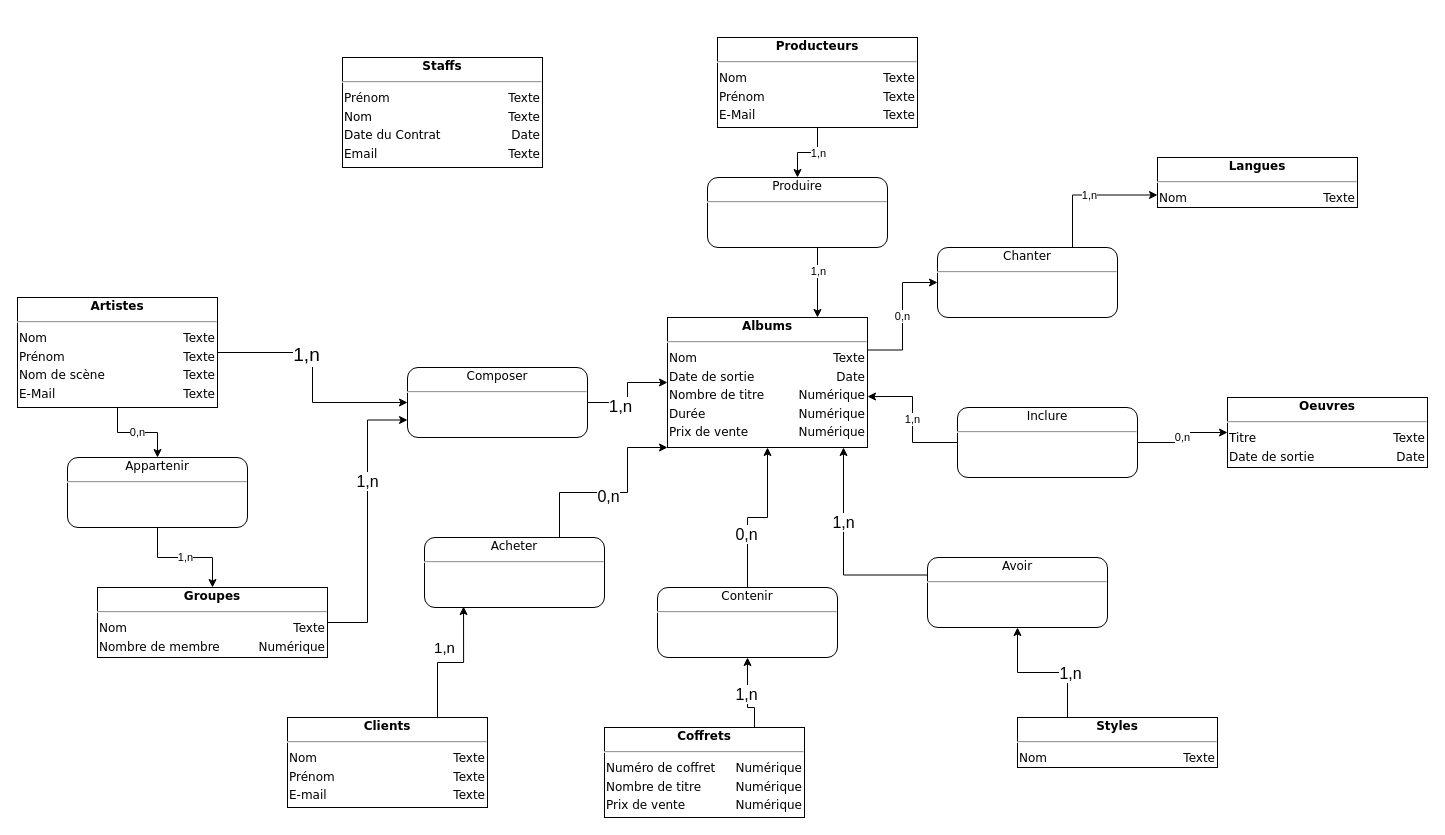
The draw.io diagram MCD - Magasin de Disque.drawio in TCamoes15/MA-08-Magasin-Disque, before the edit. Source tidied: cells renumbered, new cells numbered last; positions are measured from the earlier drawing's top-left corner, leaving out a move shared by most shapes. Both pictures are drawn from the tidied source at 100%, with x=0, y=0 at pixel (17, 37).
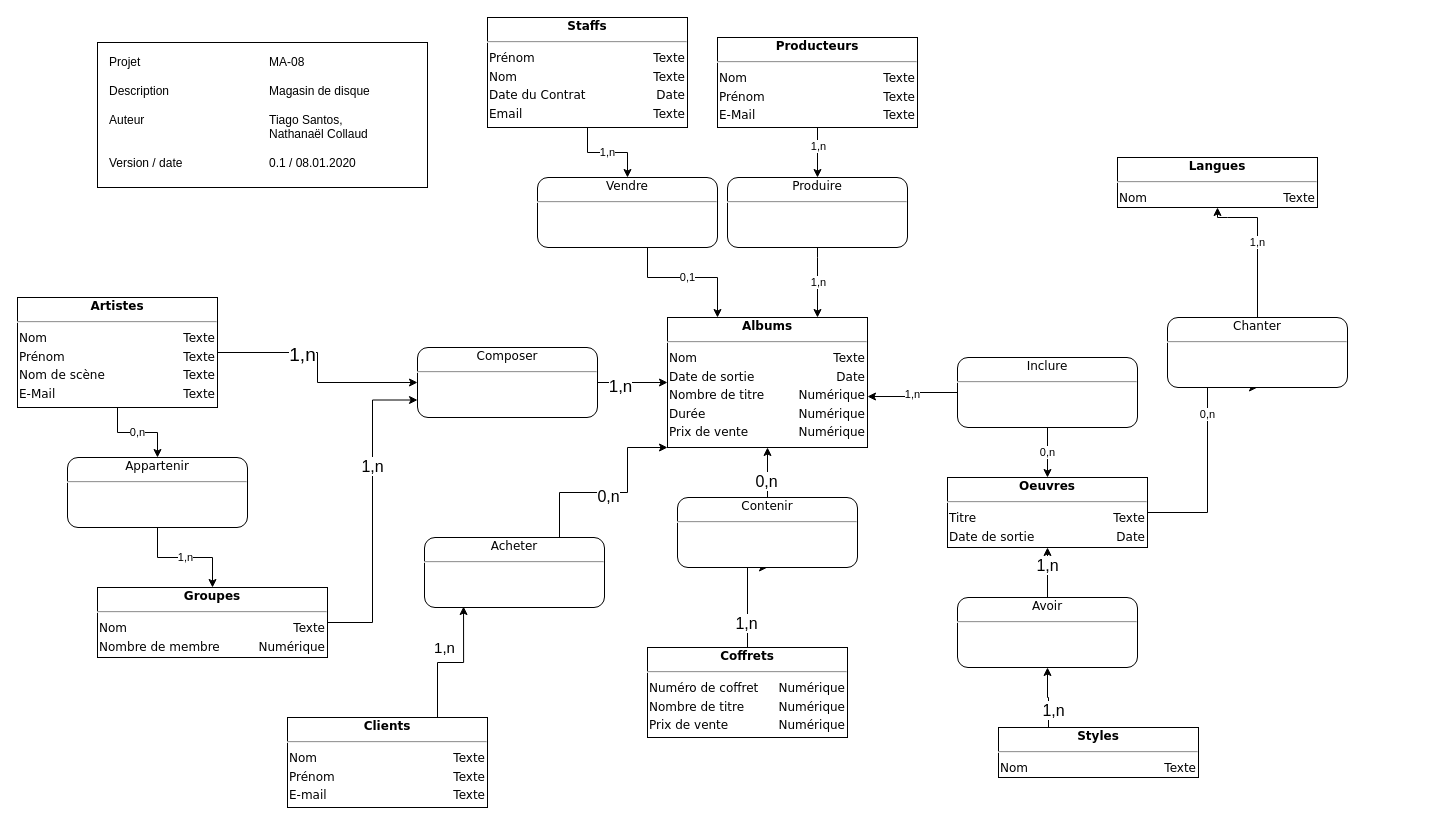
The same diagram, later.

Unchanged cells that the change refers to:
```xml
<mxCell id="4" value="&lt;div style=&quot;box-sizing: border-box ; width: 100% ; padding: 2px&quot;&gt;&lt;span style=&quot;background-color: rgb(255 , 255 , 255)&quot;&gt;&lt;b&gt;Albums&lt;/b&gt;&lt;/span&gt;&lt;/div&gt;&lt;hr&gt;&lt;table style=&quot;width: 100% ; font-size: 1em&quot; cellpadding=&quot;2&quot; cellspacing=&quot;0&quot;&gt;&lt;tbody&gt;&lt;tr&gt;&lt;td style=&quot;text-align: left&quot;&gt;Nom&lt;/td&gt;&lt;td style=&quot;text-align: right&quot;&gt;Texte&lt;/td&gt;&lt;/tr&gt;&lt;tr&gt;&lt;td style=&quot;text-align: left&quot;&gt;Date de sortie&lt;/td&gt;&lt;td style=&quot;text-align: right&quot;&gt;Date&lt;/td&gt;&lt;/tr&gt;&lt;tr&gt;&lt;td style=&quot;text-align: left&quot;&gt;Nombre de titre&lt;/td&gt;&lt;td style=&quot;text-align: right&quot;&gt;Numérique&lt;/td&gt;&lt;/tr&gt;&lt;tr&gt;&lt;td style=&quot;text-align: left&quot;&gt;Durée&lt;/td&gt;&lt;td style=&quot;text-align: right&quot;&gt;Numérique&lt;/td&gt;&lt;/tr&gt;&lt;tr&gt;&lt;td style=&quot;text-align: left&quot;&gt;Prix de vente&lt;/td&gt;&lt;td style=&quot;text-align: right&quot;&gt;Numérique&lt;/td&gt;&lt;/tr&gt;&lt;/tbody&gt;&lt;/table&gt;" style="verticalAlign=top;align=center;overflow=fill;html=1;rounded=0;shadow=0;comic=0;labelBackgroundColor=none;strokeColor=#000000;strokeWidth=1;fillColor=#ffffff;fontFamily=Verdana;fontSize=12;fontColor=#000000;" parent="1" vertex="1">
  <mxGeometry x="650" y="280" width="200" height="130" as="geometry" />
</mxCell>
```

The edit, as a diff of the source:
```diff
@@
+    <mxCell id="48" value="1,n" style="edgeStyle=orthogonalEdgeStyle;rounded=0;jettySize=auto;html=1;" parent="1" edge="1" source="2" target="50">
+      <mxGeometry relative="1" as="geometry" />
+    </mxCell>
     <mxCell id="2" value="&lt;div style=&quot;box-sizing: border-box ; width: 100% ; padding: 2px&quot;&gt;&lt;b&gt;&lt;span style=&quot;background-color: rgb(255 , 255 , 255)&quot;&gt;Staffs&lt;/span&gt;&lt;/b&gt;&lt;/div&gt;&lt;hr&gt;&lt;table style=&quot;width: 100% ; font-size: 1em&quot; cellpadding=&quot;2&quot; cellspacing=&quot;0&quot;&gt;&lt;tbody&gt;&lt;tr&gt;&lt;td style=&quot;text-align: left&quot;&gt;Prénom&lt;/td&gt;&lt;td style=&quot;text-align: right&quot;&gt;Texte&lt;/td&gt;&lt;/tr&gt;&lt;tr&gt;&lt;td style=&quot;text-align: left&quot;&gt;Nom&lt;/td&gt;&lt;td style=&quot;text-align: right&quot;&gt;Texte&lt;br&gt;&lt;/td&gt;&lt;/tr&gt;&lt;tr&gt;&lt;td style=&quot;text-align: left&quot;&gt;Date du Contrat&lt;/td&gt;&lt;td style=&quot;text-align: right&quot;&gt;Date&lt;br&gt;&lt;/td&gt;&lt;/tr&gt;&lt;tr&gt;&lt;td style=&quot;text-align: left&quot;&gt;Email&lt;/td&gt;&lt;td style=&quot;text-align: right&quot;&gt;Texte&lt;/td&gt;&lt;/tr&gt;&lt;/tbody&gt;&lt;/table&gt;" style="verticalAlign=top;align=center;overflow=fill;html=1;rounded=0;shadow=0;comic=0;labelBackgroundColor=none;strokeColor=#000000;strokeWidth=1;fillColor=#ffffff;fontFamily=Verdana;fontSize=12;fontColor=#000000;" parent="1" vertex="1">
-      <mxGeometry x="325" y="20" width="200" height="110" as="geometry" />
+      <mxGeometry x="470" y="-20" width="200" height="110" as="geometry" />
     </mxCell>
-    <mxCell id="3" value="0,n" style="edgeStyle=orthogonalEdgeStyle;rounded=0;jettySize=auto;html=1;exitX=1;exitY=0.25;exitDx=0;exitDy=0;entryX=0;entryY=0.5;entryDx=0;entryDy=0;" parent="1" edge="1" source="4" target="34">
-      <mxGeometry relative="1" as="geometry" />
+    <mxCell id="3" value="0,n" style="edgeStyle=orthogonalEdgeStyle;rounded=0;jettySize=auto;html=1;exitX=1;exitY=0.5;exitDx=0;exitDy=0;entryX=0.5;entryY=1;entryDx=0;entryDy=0;" parent="1" edge="1" source="16" target="34">
+      <mxGeometry relative="1" as="geometry">
+        <Array as="points">
+          <mxPoint x="1190" y="475" />
+          <mxPoint x="1190" y="310" />
+          <mxPoint x="1200" y="310" />
+        </Array>
+      </mxGeometry>
     </mxCell>
@@
     <mxCell id="7" value="&lt;div style=&quot;box-sizing: border-box ; width: 100% ; padding: 2px&quot;&gt;&lt;span style=&quot;background-color: rgb(255 , 255 , 255)&quot;&gt;&lt;b&gt;Styles&lt;/b&gt;&lt;/span&gt;&lt;/div&gt;&lt;hr&gt;&lt;table style=&quot;width: 100% ; font-size: 1em&quot; cellpadding=&quot;2&quot; cellspacing=&quot;0&quot;&gt;&lt;tbody&gt;&lt;tr&gt;&lt;td style=&quot;text-align: left&quot;&gt;Nom&lt;/td&gt;&lt;td style=&quot;text-align: right&quot;&gt;Texte&lt;/td&gt;&lt;/tr&gt;&lt;/tbody&gt;&lt;/table&gt;" style="verticalAlign=top;align=center;overflow=fill;html=1;rounded=0;shadow=0;comic=0;labelBackgroundColor=none;strokeColor=#000000;strokeWidth=1;fillColor=#ffffff;fontFamily=Verdana;fontSize=12;fontColor=#000000;" parent="1" vertex="1">
-      <mxGeometry x="1000" y="680" width="200" height="50" as="geometry" />
+      <mxGeometry x="981" y="690" width="200" height="50" as="geometry" />
     </mxCell>
@@
     <mxCell id="16" value="&lt;div style=&quot;box-sizing: border-box ; width: 100% ; padding: 2px&quot;&gt;&lt;span style=&quot;background-color: rgb(255 , 255 , 255)&quot;&gt;&lt;b&gt;Oeuvres&lt;/b&gt;&lt;/span&gt;&lt;/div&gt;&lt;hr&gt;&lt;table style=&quot;width: 100% ; font-size: 1em&quot; cellpadding=&quot;2&quot; cellspacing=&quot;0&quot;&gt;&lt;tbody&gt;&lt;tr&gt;&lt;td style=&quot;text-align: left&quot;&gt;Titre&lt;/td&gt;&lt;td style=&quot;text-align: right&quot;&gt;Texte&lt;br&gt;&lt;/td&gt;&lt;/tr&gt;&lt;tr&gt;&lt;td style=&quot;text-align: left&quot;&gt;Date de sortie&lt;/td&gt;&lt;td style=&quot;text-align: right&quot;&gt;Date&lt;/td&gt;&lt;/tr&gt;&lt;/tbody&gt;&lt;/table&gt;" style="verticalAlign=top;align=center;overflow=fill;html=1;rounded=0;shadow=0;comic=0;labelBackgroundColor=none;strokeColor=#000000;strokeWidth=1;fillColor=#ffffff;fontFamily=Verdana;fontSize=12;fontColor=#000000;" parent="1" vertex="1">
-      <mxGeometry x="1210" y="360" width="200" height="70" as="geometry" />
+      <mxGeometry x="930" y="440" width="200" height="70" as="geometry" />
     </mxCell>
@@
     <mxCell id="21" value="&lt;div style=&quot;box-sizing: border-box ; width: 100% ; padding: 2px&quot;&gt;&lt;span style=&quot;background-color: rgb(255 , 255 , 255)&quot;&gt;&lt;b&gt;Langues&lt;/b&gt;&lt;/span&gt;&lt;/div&gt;&lt;hr&gt;&lt;table style=&quot;width: 100% ; font-size: 1em&quot; cellpadding=&quot;2&quot; cellspacing=&quot;0&quot;&gt;&lt;tbody&gt;&lt;tr&gt;&lt;td style=&quot;text-align: left&quot;&gt;Nom&lt;/td&gt;&lt;td style=&quot;text-align: right&quot;&gt;Texte&lt;br&gt;&lt;/td&gt;&lt;/tr&gt;&lt;tr&gt;&lt;td style=&quot;text-align: left&quot;&gt;&lt;br&gt;&lt;/td&gt;&lt;td style=&quot;text-align: right&quot;&gt;&lt;/td&gt;&lt;/tr&gt;&lt;/tbody&gt;&lt;/table&gt;" style="verticalAlign=top;align=center;overflow=fill;html=1;rounded=0;shadow=0;comic=0;labelBackgroundColor=none;strokeColor=#000000;strokeWidth=1;fillColor=#ffffff;fontFamily=Verdana;fontSize=12;fontColor=#000000;" parent="1" vertex="1">
-      <mxGeometry x="1140" y="120" width="200" height="50" as="geometry" />
+      <mxGeometry x="1100" y="120" width="200" height="50" as="geometry" />
     </mxCell>
-    <mxCell id="22" style="edgeStyle=orthogonalEdgeStyle;rounded=0;jettySize=auto;html=1;exitX=0.75;exitY=0;exitDx=0;exitDy=0;entryX=0.5;entryY=1;entryDx=0;entryDy=0;" parent="1" edge="1" source="24" target="43">
+    <mxCell id="22" style="edgeStyle=orthogonalEdgeStyle;rounded=0;jettySize=auto;html=1;entryX=0.5;entryY=1;entryDx=0;entryDy=0;exitX=0.5;exitY=0;exitDx=0;exitDy=0;" parent="1" edge="1" source="24" target="43">
       <mxGeometry relative="1" as="geometry">
         <Array as="points">
-          <mxPoint x="730" y="670" />
+          <mxPoint x="730" y="640" />
+          <mxPoint x="730" y="530" />
         </Array>
       </mxGeometry>
     </mxCell>
@@
     <mxCell id="24" value="&lt;div style=&quot;box-sizing: border-box ; width: 100% ; padding: 2px&quot;&gt;&lt;span style=&quot;background-color: rgb(255 , 255 , 255)&quot;&gt;&lt;b&gt;Coffrets&lt;/b&gt;&lt;/span&gt;&lt;/div&gt;&lt;hr&gt;&lt;table style=&quot;width: 100% ; font-size: 1em&quot; cellpadding=&quot;2&quot; cellspacing=&quot;0&quot;&gt;&lt;tbody&gt;&lt;tr&gt;&lt;td style=&quot;text-align: left&quot;&gt;Numéro de coffret&lt;/td&gt;&lt;td style=&quot;text-align: right&quot;&gt;Numérique&lt;/td&gt;&lt;/tr&gt;&lt;tr&gt;&lt;td style=&quot;text-align: left&quot;&gt;Nombre de titre&lt;/td&gt;&lt;td style=&quot;text-align: right&quot;&gt;Numérique&lt;/td&gt;&lt;/tr&gt;&lt;tr&gt;&lt;td style=&quot;text-align: left&quot;&gt;Prix de vente&lt;/td&gt;&lt;td style=&quot;text-align: right&quot;&gt;Numérique&lt;/td&gt;&lt;/tr&gt;&lt;/tbody&gt;&lt;/table&gt;" style="verticalAlign=top;align=center;overflow=fill;html=1;rounded=0;shadow=0;comic=0;labelBackgroundColor=none;strokeColor=#000000;strokeWidth=1;fillColor=#ffffff;fontFamily=Verdana;fontSize=12;fontColor=#000000;" parent="1" vertex="1">
-      <mxGeometry x="587" y="690" width="200" height="90" as="geometry" />
+      <mxGeometry x="630" y="610" width="200" height="90" as="geometry" />
     </mxCell>
@@
     <mxCell id="27" value="&lt;div style=&quot;box-sizing: border-box ; width: 100% ; padding: 2px&quot;&gt;&lt;span style=&quot;background-color: rgb(255 , 255 , 255)&quot;&gt;Composer&lt;/span&gt;&lt;/div&gt;&lt;hr&gt;&lt;table style=&quot;width: 100% ; font-size: 1em&quot; cellpadding=&quot;2&quot; cellspacing=&quot;0&quot;&gt;&lt;tbody&gt;&lt;tr&gt;&lt;td style=&quot;text-align: left&quot;&gt;&lt;/td&gt;&lt;td style=&quot;text-align: right&quot;&gt;&lt;/td&gt;&lt;/tr&gt;&lt;tr&gt;&lt;td style=&quot;text-align: left&quot;&gt;&lt;/td&gt;&lt;td style=&quot;text-align: right&quot;&gt;&lt;br&gt;&lt;/td&gt;&lt;/tr&gt;&lt;/tbody&gt;&lt;/table&gt;" style="verticalAlign=top;align=center;overflow=fill;html=1;rounded=1;shadow=0;comic=0;labelBackgroundColor=none;strokeColor=#000000;strokeWidth=1;fillColor=#ffffff;fontFamily=Verdana;fontSize=12;fontColor=#000000;" parent="1" vertex="1">
-      <mxGeometry x="390" y="330" width="180" height="70" as="geometry" />
+      <mxGeometry x="400" y="310" width="180" height="70" as="geometry" />
     </mxCell>
@@
     <mxCell id="30" style="edgeStyle=orthogonalEdgeStyle;rounded=0;jettySize=auto;html=1;exitX=0.5;exitY=1;exitDx=0;exitDy=0;entryX=0.75;entryY=0;entryDx=0;entryDy=0;" parent="1" edge="1" source="32" target="4">
       <mxGeometry relative="1" as="geometry">
         <Array as="points">
-          <mxPoint x="800" y="210" />
+          <mxPoint x="800" y="220" />
+          <mxPoint x="800" y="220" />
         </Array>
       </mxGeometry>
     </mxCell>
@@
     <mxCell id="32" value="&lt;div style=&quot;box-sizing: border-box ; width: 100% ; padding: 2px&quot;&gt;&lt;span style=&quot;background-color: rgb(255 , 255 , 255)&quot;&gt;Produire&lt;/span&gt;&lt;/div&gt;&lt;hr&gt;&lt;table style=&quot;width: 100% ; font-size: 1em&quot; cellpadding=&quot;2&quot; cellspacing=&quot;0&quot;&gt;&lt;tbody&gt;&lt;tr&gt;&lt;td style=&quot;text-align: left&quot;&gt;&lt;/td&gt;&lt;td style=&quot;text-align: right&quot;&gt;&lt;/td&gt;&lt;/tr&gt;&lt;tr&gt;&lt;td style=&quot;text-align: left&quot;&gt;&lt;/td&gt;&lt;td style=&quot;text-align: right&quot;&gt;&lt;br&gt;&lt;/td&gt;&lt;/tr&gt;&lt;/tbody&gt;&lt;/table&gt;" style="verticalAlign=top;align=center;overflow=fill;html=1;rounded=1;shadow=0;comic=0;labelBackgroundColor=none;strokeColor=#000000;strokeWidth=1;fillColor=#ffffff;fontFamily=Verdana;fontSize=12;fontColor=#000000;" parent="1" vertex="1">
-      <mxGeometry x="690" y="140" width="180" height="70" as="geometry" />
+      <mxGeometry x="710" y="140" width="180" height="70" as="geometry" />
     </mxCell>
-    <mxCell id="33" value="1,n" style="edgeStyle=orthogonalEdgeStyle;rounded=0;jettySize=auto;html=1;exitX=0.75;exitY=0;exitDx=0;exitDy=0;entryX=0;entryY=0.75;entryDx=0;entryDy=0;" parent="1" edge="1" source="34" target="21">
-      <mxGeometry relative="1" as="geometry" />
+    <mxCell id="33" value="1,n" style="edgeStyle=orthogonalEdgeStyle;rounded=0;jettySize=auto;html=1;entryX=0.5;entryY=1;entryDx=0;entryDy=0;exitX=0.5;exitY=0;exitDx=0;exitDy=0;" parent="1" edge="1" source="34" target="21">
+      <mxGeometry relative="1" as="geometry">
+        <Array as="points">
+          <mxPoint x="1210" y="180" />
+          <mxPoint x="1210" y="180" />
+        </Array>
+      </mxGeometry>
     </mxCell>
     <mxCell id="34" value="&lt;div style=&quot;box-sizing: border-box ; width: 100% ; padding: 2px&quot;&gt;&lt;span style=&quot;background-color: rgb(255 , 255 , 255)&quot;&gt;Chanter&lt;/span&gt;&lt;/div&gt;&lt;hr&gt;&lt;table style=&quot;width: 100% ; font-size: 1em&quot; cellpadding=&quot;2&quot; cellspacing=&quot;0&quot;&gt;&lt;tbody&gt;&lt;tr&gt;&lt;td style=&quot;text-align: left&quot;&gt;&lt;/td&gt;&lt;td style=&quot;text-align: right&quot;&gt;&lt;/td&gt;&lt;/tr&gt;&lt;tr&gt;&lt;td style=&quot;text-align: left&quot;&gt;&lt;/td&gt;&lt;td style=&quot;text-align: right&quot;&gt;&lt;br&gt;&lt;/td&gt;&lt;/tr&gt;&lt;/tbody&gt;&lt;/table&gt;" style="verticalAlign=top;align=center;overflow=fill;html=1;rounded=1;shadow=0;comic=0;labelBackgroundColor=none;strokeColor=#000000;strokeWidth=1;fillColor=#ffffff;fontFamily=Verdana;fontSize=12;fontColor=#000000;" parent="1" vertex="1">
-      <mxGeometry x="920" y="210" width="180" height="70" as="geometry" />
+      <mxGeometry x="1150" y="280" width="180" height="70" as="geometry" />
     </mxCell>
-    <mxCell id="35" value="0,n" style="edgeStyle=orthogonalEdgeStyle;rounded=0;jettySize=auto;html=1;exitX=1;exitY=0.5;exitDx=0;exitDy=0;entryX=0;entryY=0.5;entryDx=0;entryDy=0;" parent="1" edge="1" source="37" target="16">
+    <mxCell id="35" value="0,n" style="edgeStyle=orthogonalEdgeStyle;rounded=0;jettySize=auto;html=1;exitX=0.5;exitY=1;exitDx=0;exitDy=0;entryX=0.5;entryY=0;entryDx=0;entryDy=0;" parent="1" edge="1" source="37" target="16">
       <mxGeometry relative="1" as="geometry" />
     </mxCell>
@@
     <mxCell id="37" value="&lt;div style=&quot;box-sizing: border-box ; width: 100% ; padding: 2px&quot;&gt;&lt;span style=&quot;background-color: rgb(255 , 255 , 255)&quot;&gt;Inclure&lt;/span&gt;&lt;/div&gt;&lt;hr&gt;&lt;table style=&quot;width: 100% ; font-size: 1em&quot; cellpadding=&quot;2&quot; cellspacing=&quot;0&quot;&gt;&lt;tbody&gt;&lt;tr&gt;&lt;td style=&quot;text-align: left&quot;&gt;&lt;/td&gt;&lt;td style=&quot;text-align: right&quot;&gt;&lt;/td&gt;&lt;/tr&gt;&lt;tr&gt;&lt;td style=&quot;text-align: left&quot;&gt;&lt;/td&gt;&lt;td style=&quot;text-align: right&quot;&gt;&lt;br&gt;&lt;/td&gt;&lt;/tr&gt;&lt;/tbody&gt;&lt;/table&gt;" style="verticalAlign=top;align=center;overflow=fill;html=1;rounded=1;shadow=0;comic=0;labelBackgroundColor=none;strokeColor=#000000;strokeWidth=1;fillColor=#ffffff;fontFamily=Verdana;fontSize=12;fontColor=#000000;" parent="1" vertex="1">
-      <mxGeometry x="940" y="370" width="180" height="70" as="geometry" />
+      <mxGeometry x="940" y="320" width="180" height="70" as="geometry" />
     </mxCell>
-    <mxCell id="38" style="edgeStyle=orthogonalEdgeStyle;rounded=0;jettySize=auto;html=1;exitX=0;exitY=0.25;exitDx=0;exitDy=0;entryX=0.88;entryY=1;entryDx=0;entryDy=0;entryPerimeter=0;" parent="1" edge="1" source="40" target="4">
+    <mxCell id="38" style="edgeStyle=orthogonalEdgeStyle;rounded=0;jettySize=auto;html=1;exitX=0.5;exitY=0;exitDx=0;exitDy=0;entryX=0.5;entryY=1;entryDx=0;entryDy=0;" parent="1" edge="1" source="40" target="16">
       <mxGeometry relative="1" as="geometry" />
     </mxCell>
@@
     <mxCell id="40" value="&lt;div style=&quot;box-sizing: border-box ; width: 100% ; padding: 2px&quot;&gt;&lt;span style=&quot;background-color: rgb(255 , 255 , 255)&quot;&gt;Avoir&lt;/span&gt;&lt;/div&gt;&lt;hr&gt;&lt;table style=&quot;width: 100% ; font-size: 1em&quot; cellpadding=&quot;2&quot; cellspacing=&quot;0&quot;&gt;&lt;tbody&gt;&lt;tr&gt;&lt;td style=&quot;text-align: left&quot;&gt;&lt;/td&gt;&lt;td style=&quot;text-align: right&quot;&gt;&lt;/td&gt;&lt;/tr&gt;&lt;tr&gt;&lt;td style=&quot;text-align: left&quot;&gt;&lt;/td&gt;&lt;td style=&quot;text-align: right&quot;&gt;&lt;br&gt;&lt;/td&gt;&lt;/tr&gt;&lt;/tbody&gt;&lt;/table&gt;" style="verticalAlign=top;align=center;overflow=fill;html=1;rounded=1;shadow=0;comic=0;labelBackgroundColor=none;strokeColor=#000000;strokeWidth=1;fillColor=#ffffff;fontFamily=Verdana;fontSize=12;fontColor=#000000;" parent="1" vertex="1">
-      <mxGeometry x="910" y="520" width="180" height="70" as="geometry" />
+      <mxGeometry x="940" y="560" width="180" height="70" as="geometry" />
     </mxCell>
@@
     <mxCell id="43" value="&lt;div style=&quot;box-sizing: border-box ; width: 100% ; padding: 2px&quot;&gt;&lt;span style=&quot;background-color: rgb(255 , 255 , 255)&quot;&gt;Contenir&lt;/span&gt;&lt;/div&gt;&lt;hr&gt;&lt;table style=&quot;width: 100% ; font-size: 1em&quot; cellpadding=&quot;2&quot; cellspacing=&quot;0&quot;&gt;&lt;tbody&gt;&lt;tr&gt;&lt;td style=&quot;text-align: left&quot;&gt;&lt;/td&gt;&lt;td style=&quot;text-align: right&quot;&gt;&lt;/td&gt;&lt;/tr&gt;&lt;tr&gt;&lt;td style=&quot;text-align: left&quot;&gt;&lt;/td&gt;&lt;td style=&quot;text-align: right&quot;&gt;&lt;br&gt;&lt;/td&gt;&lt;/tr&gt;&lt;/tbody&gt;&lt;/table&gt;" style="verticalAlign=top;align=center;overflow=fill;html=1;rounded=1;shadow=0;comic=0;labelBackgroundColor=none;strokeColor=#000000;strokeWidth=1;fillColor=#ffffff;fontFamily=Verdana;fontSize=12;fontColor=#000000;" parent="1" vertex="1">
-      <mxGeometry x="640" y="550" width="180" height="70" as="geometry" />
+      <mxGeometry x="660" y="460" width="180" height="70" as="geometry" />
     </mxCell>
@@
+    <mxCell id="49" value="0,1" style="edgeStyle=orthogonalEdgeStyle;rounded=0;jettySize=auto;html=1;entryX=0.25;entryY=0;entryDx=0;entryDy=0;" parent="1" edge="1" source="50" target="4">
+      <mxGeometry relative="1" as="geometry">
+        <Array as="points">
+          <mxPoint x="630" y="195" />
+          <mxPoint x="630" y="240" />
+          <mxPoint x="700" y="240" />
+        </Array>
+      </mxGeometry>
+    </mxCell>
+    <mxCell id="50" value="&lt;div style=&quot;box-sizing: border-box ; width: 100% ; padding: 2px&quot;&gt;&lt;span style=&quot;background-color: rgb(255 , 255 , 255)&quot;&gt;Vendre&lt;/span&gt;&lt;/div&gt;&lt;hr&gt;&lt;table style=&quot;width: 100% ; font-size: 1em&quot; cellpadding=&quot;2&quot; cellspacing=&quot;0&quot;&gt;&lt;tbody&gt;&lt;tr&gt;&lt;td style=&quot;text-align: left&quot;&gt;&lt;/td&gt;&lt;td style=&quot;text-align: right&quot;&gt;&lt;/td&gt;&lt;/tr&gt;&lt;tr&gt;&lt;td style=&quot;text-align: left&quot;&gt;&lt;/td&gt;&lt;td style=&quot;text-align: right&quot;&gt;&lt;br&gt;&lt;/td&gt;&lt;/tr&gt;&lt;/tbody&gt;&lt;/table&gt;" style="verticalAlign=top;align=center;overflow=fill;html=1;rounded=1;shadow=0;comic=0;labelBackgroundColor=none;strokeColor=#000000;strokeWidth=1;fillColor=#ffffff;fontFamily=Verdana;fontSize=12;fontColor=#000000;" parent="1" vertex="1">
+      <mxGeometry x="520" y="140" width="180" height="70" as="geometry" />
+    </mxCell>
+    <mxCell id="51" style="rounded=0;whiteSpace=wrap;html=1;" parent="1" vertex="1">
+      <mxGeometry x="80" y="5" width="330" height="145" as="geometry" />
+    </mxCell>
+    <mxCell id="52" value="Projet&lt;br&gt;&lt;br&gt;Description&lt;br&gt;&lt;br&gt;Auteur&lt;br&gt;&lt;br&gt;&lt;br&gt;Version / date" style="text;html=1;strokeColor=none;fillColor=none;align=left;verticalAlign=middle;whiteSpace=wrap;rounded=0;" parent="1" vertex="1">
+      <mxGeometry x="90" y="10" width="80" height="130" as="geometry" />
+    </mxCell>
+    <mxCell id="53" value="MA-08&lt;br&gt;&lt;br&gt;Magasin de disque&lt;br&gt;&lt;br&gt;Tiago Santos, Nathanaël Collaud&lt;br&gt;&lt;br&gt;0.1 / 08.01.2020" style="text;html=1;strokeColor=none;fillColor=none;align=left;verticalAlign=middle;whiteSpace=wrap;rounded=0;" parent="1" vertex="1">
+      <mxGeometry x="250" y="10" width="110" height="130" as="geometry" />
+    </mxCell>
```
